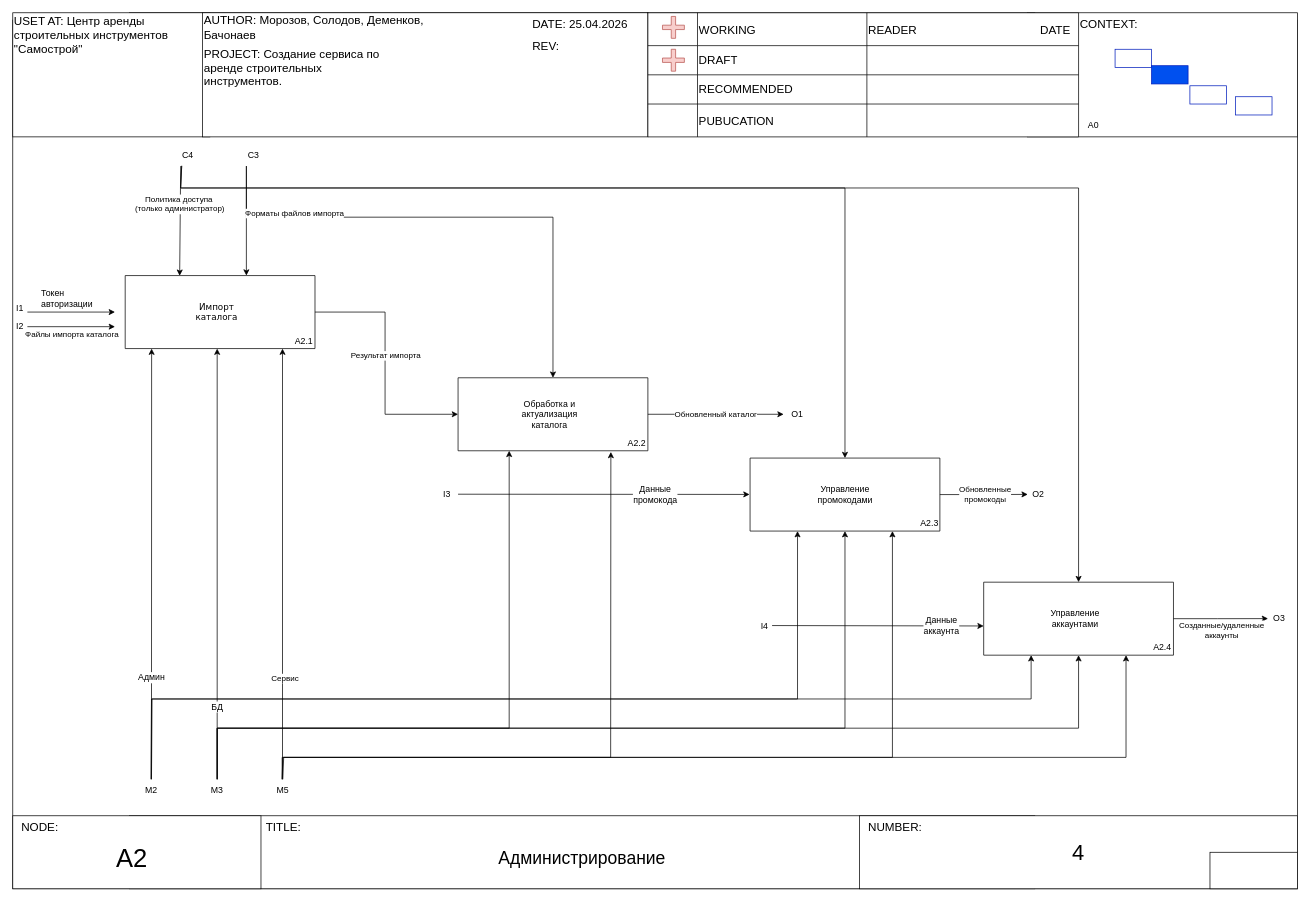
The draw.io diagram page "А2" (4 of 6) of gorodez_1.drawio in Silrec/gorodez, before the edit. Source tidied: cells renumbered, new cells numbered last; positions are measured from the earlier drawing's top-left corner, leaving out a move shared by most shapes. Both pictures are drawn from the tidied source at 73%, with x=0, y=0 at pixel (12, 12).
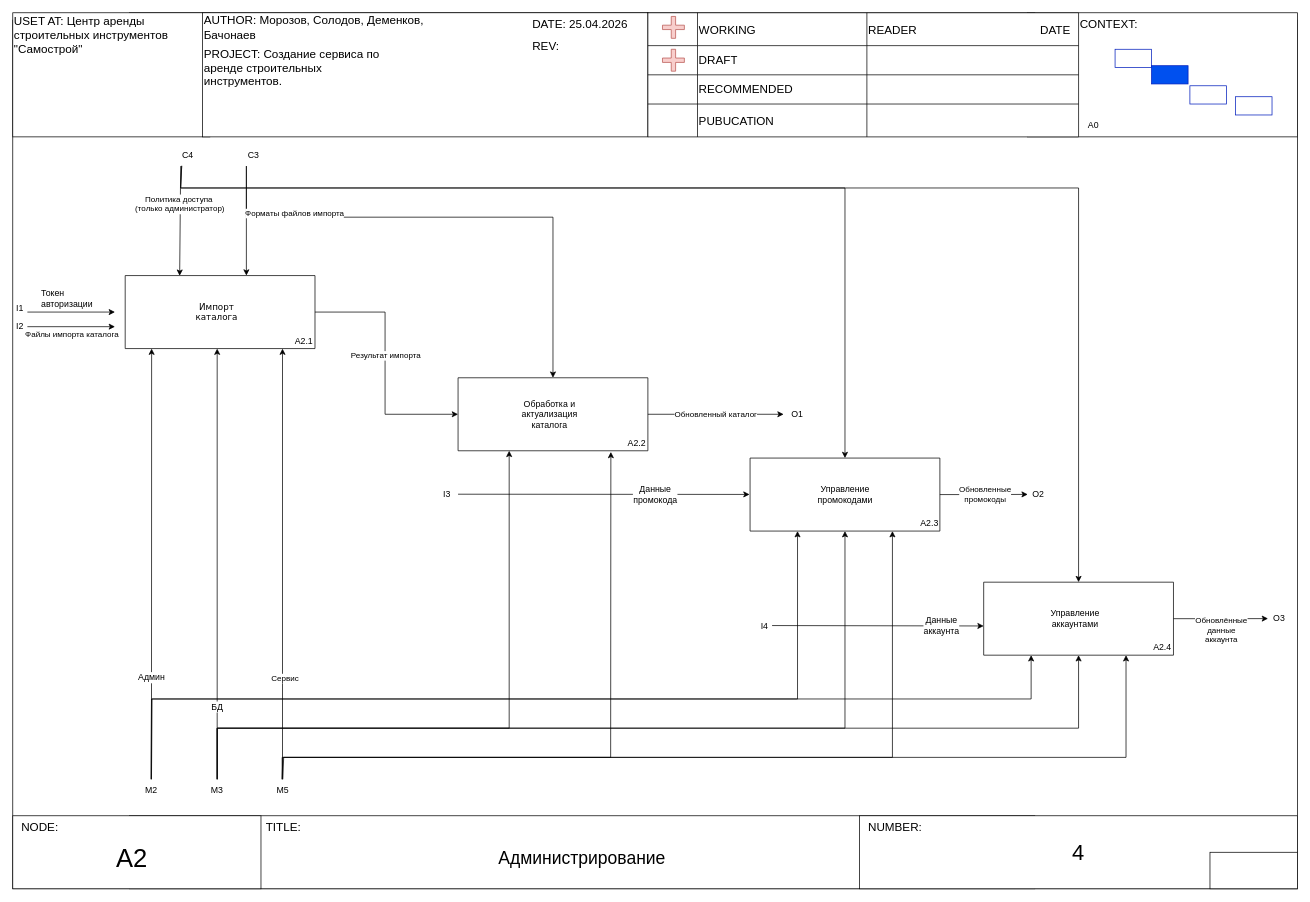
After the change.

The change refers to these unchanged cells:
```xml
<mxCell id="93" style="edgeStyle=orthogonalEdgeStyle;rounded=0;jettySize=auto;html=1;entryX=0.977;entryY=0.689;entryDx=0;entryDy=0;entryPerimeter=0;exitX=1;exitY=0.5;exitDx=0;exitDy=0;" parent="2" edge="1" source="76" target="3">
  <mxGeometry relative="1" as="geometry">
    <Array as="points">
      <mxPoint x="1650" y="830" />
      <mxPoint x="1650" y="830" />
    </Array>
  </mxGeometry>
</mxCell>
```

Diff of the diagram source:
```diff
@@
-    <mxCell id="94" value="Созданные/удаленные&lt;div&gt;аккаунты&lt;/div&gt;" style="edgeLabel;html=1;align=center;verticalAlign=middle;" parent="93" vertex="1">
+    <mxCell id="94" value="Обновлённые данные аккаунта" style="edgeLabel;html=1;align=center;verticalAlign=middle;whiteSpace=wrap;" parent="93" vertex="1">
       <mxGeometry x="-0.22" y="-1" relative="1" as="geometry">
         <mxPoint x="14" y="14" as="offset" />
       </mxGeometry>
     </mxCell>
```
